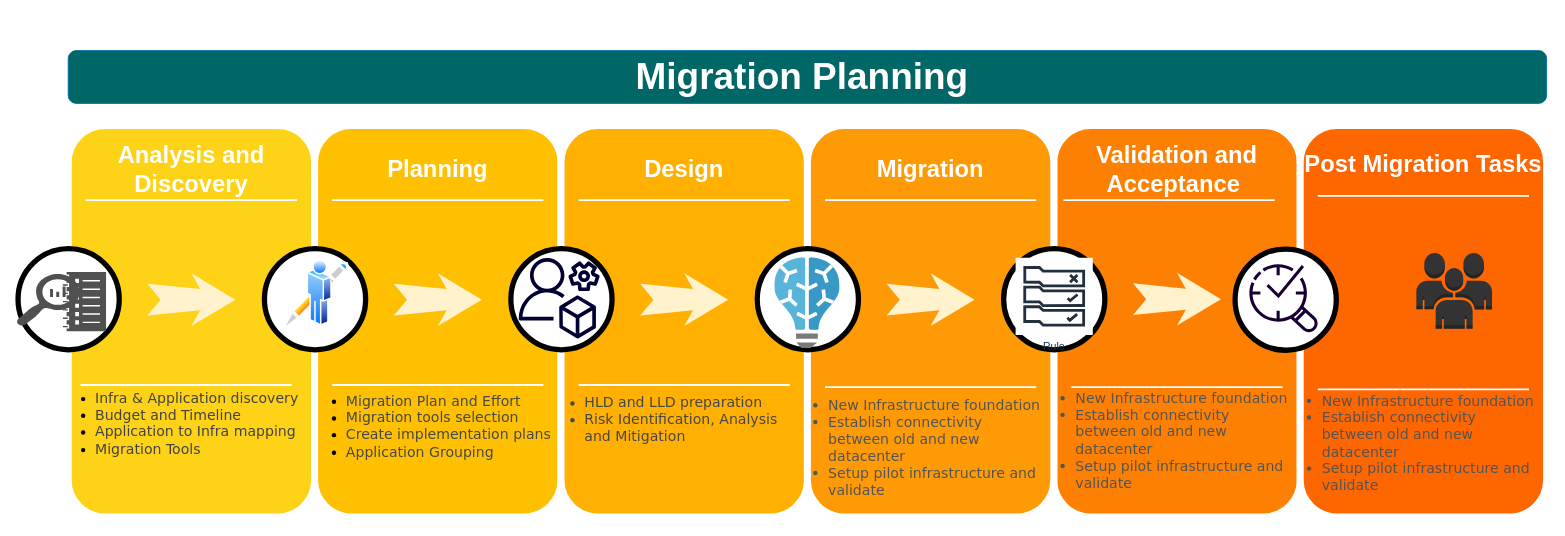
bktechtalk/challenge keeps this draw.io diagram as page "Page-1" (1 of 4) of Untitled Diagram.drawio. Above is the earlier version. Source tidied: cells renumbered, new cells numbered last; positions are measured from the earlier drawing's top-left corner, leaving out a move shared by most shapes. Both pictures are drawn from the tidied source at 88%, with x=0, y=0 at pixel (16, 50).
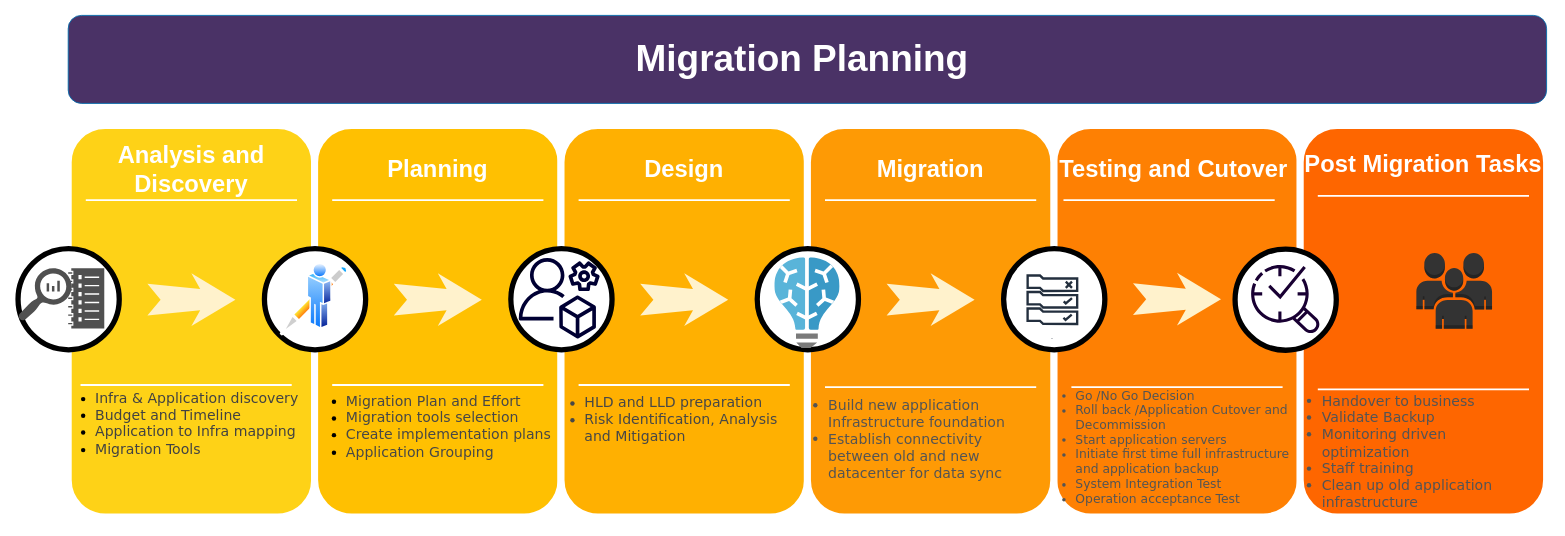
The same page after the edit.

Change to the diagram source:
```diff
@@
-    <mxCell id="30" value="&lt;h2&gt;&lt;font size=&quot;1&quot; color=&quot;#ffffff&quot;&gt;&lt;b style=&quot;font-size: 42px&quot;&gt;Migration Planning&amp;nbsp;&lt;/b&gt;&lt;/font&gt;&lt;/h2&gt;" style="rounded=1;whiteSpace=wrap;html=1;strokeColor=#006EAF;fillColor=#006666;fontColor=#ffffff;" parent="1" vertex="1">
-      <mxGeometry x="59" width="1680" height="60" as="geometry" />
+    <mxCell id="30" value="&lt;h2&gt;&lt;font size=&quot;1&quot; color=&quot;#ffffff&quot;&gt;&lt;b style=&quot;font-size: 42px&quot;&gt;Migration Planning&amp;nbsp;&lt;/b&gt;&lt;/font&gt;&lt;/h2&gt;" style="rounded=1;whiteSpace=wrap;html=1;strokeColor=#006EAF;fontColor=#ffffff;fillColor=#4A3266;" parent="1" vertex="1">
+      <mxGeometry x="59" y="-40" width="1680" height="100" as="geometry" />
     </mxCell>
@@
-    <mxCell id="38" value="Validation and Acceptance&amp;nbsp;" style="text;html=1;strokeColor=none;fillColor=none;align=center;verticalAlign=middle;whiteSpace=wrap;rounded=0;shadow=0;fontSize=27;fontColor=#FFFFFF;fontStyle=1;" parent="1" vertex="1">
+    <mxCell id="38" value="Testing and Cutover&amp;nbsp;" style="text;html=1;strokeColor=none;fillColor=none;align=center;verticalAlign=middle;whiteSpace=wrap;rounded=0;shadow=0;fontSize=27;fontColor=#FFFFFF;fontStyle=1;" parent="1" vertex="1">
       <mxGeometry x="1179" y="105" width="280" height="60" as="geometry" />
     </mxCell>
     <mxCell id="39" style="perimeter=ellipsePerimeter;html=1;align=center;shadow=0;dashed=0;spacingTop=3;image;image=img/lib/active_directory/writer.svg;fontColor=#333333;fillColor=#006666;" parent="1" vertex="1">
-      <mxGeometry x="299.5" y="237.6" width="80" height="83.3" as="geometry" />
+      <mxGeometry x="299.5" y="241.3" width="80" height="83.3" as="geometry" />
     </mxCell>
-    <mxCell id="40" value="Rule" style="sketch=0;fontColor=#232F3E;gradientColor=none;strokeColor=#232F3E;fillColor=#ffffff;dashed=0;verticalLabelPosition=bottom;verticalAlign=top;align=center;html=1;fontSize=12;fontStyle=0;shape=mxgraph.aws4.resourceIcon;resIcon=mxgraph.aws4.rule_2;" parent="1" vertex="1">
-      <mxGeometry x="1135.6" y="235.4" width="87.7" height="87.7" as="geometry" />
+    <mxCell id="40" value="Rule" style="sketch=0;fontColor=#232F3E;gradientColor=none;strokeColor=#232F3E;fillColor=#ffffff;dashed=0;verticalLabelPosition=bottom;verticalAlign=top;align=center;html=1;fontSize=1;fontStyle=0;shape=mxgraph.aws4.resourceIcon;resIcon=mxgraph.aws4.rule_2;" parent="1" vertex="1">
+      <mxGeometry x="1140.5" y="246.2" width="73.8" height="73.8" as="geometry" />
     </mxCell>
     <mxCell id="41" style="sketch=0;fontColor=#232F3E;gradientColor=none;strokeColor=none;dashed=0;verticalLabelPosition=bottom;verticalAlign=top;align=center;html=1;fontSize=12;fontStyle=0;shape=mxgraph.aws4.systems_manager_opscenter;fillColor=#190033;" parent="1" vertex="1">
-      <mxGeometry x="1401" y="241" width="79" height="79" as="geometry" />
+      <mxGeometry x="1403" y="242" width="79" height="79" as="geometry" />
     </mxCell>
@@
     <mxCell id="43" style="sketch=0;shadow=0;dashed=0;html=1;strokeColor=none;labelPosition=center;verticalLabelPosition=bottom;verticalAlign=top;align=center;fillColor=#505050;shape=mxgraph.mscae.oms.log_search;fontColor=#333333;" parent="1" vertex="1">
-      <mxGeometry y="254" width="72" height="59" as="geometry" />
+      <mxGeometry x="2" y="247.2" width="61" height="60" as="geometry" />
     </mxCell>
     <mxCell id="44" style="sketch=0;shadow=0;dashed=0;html=1;strokeColor=none;labelPosition=center;verticalLabelPosition=bottom;verticalAlign=top;align=center;fillColor=#505050;shape=mxgraph.mscae.oms.log_management;fontColor=#333333;" parent="1" vertex="1">
-      <mxGeometry x="53" y="251.5" width="49" height="67.5" as="geometry" />
+      <mxGeometry x="59" y="247.2" width="41" height="68.5" as="geometry" />
     </mxCell>
@@
-    <mxCell id="50" value="&lt;font color=&quot;#545454&quot; style=&quot;font-size: 14px ; text-align: center&quot; face=&quot;Verdana&quot;&gt;&lt;div style=&quot;text-align: left ; font-size: 16px&quot;&gt;&lt;ul&gt;&lt;li&gt;&lt;div style=&quot;color: rgb(255 , 255 , 255) ; display: inline&quot;&gt;&lt;span style=&quot;color: rgb(84 , 84 , 84)&quot;&gt;New Infrastructure foundation&lt;/span&gt;&lt;/div&gt;&lt;/li&gt;&lt;li&gt;Establish connectivity between old and new datacenter&amp;nbsp;&lt;/li&gt;&lt;li&gt;Setup pilot infrastructure and validate&amp;nbsp;&lt;/li&gt;&lt;/ul&gt;&lt;/div&gt;&lt;/font&gt;" style="text;html=1;strokeColor=none;fillColor=none;spacing=5;spacingTop=-20;whiteSpace=wrap;overflow=hidden;rounded=0;fontColor=#474747;" parent="1" vertex="1">
+    <mxCell id="50" value="&lt;font color=&quot;#545454&quot; style=&quot;font-size: 14px ; text-align: center&quot; face=&quot;Verdana&quot;&gt;&lt;div style=&quot;text-align: left ; font-size: 16px&quot;&gt;&lt;ul&gt;&lt;li&gt;&lt;div style=&quot;color: rgb(255 , 255 , 255) ; display: inline&quot;&gt;&lt;span style=&quot;color: rgb(84 , 84 , 84)&quot;&gt;Build new application Infrastructure foundation&lt;/span&gt;&lt;/div&gt;&lt;/li&gt;&lt;li&gt;Establish connectivity between old and new datacenter for data sync&lt;/li&gt;&lt;/ul&gt;&lt;/div&gt;&lt;/font&gt;" style="text;html=1;strokeColor=none;fillColor=none;spacing=5;spacingTop=-20;whiteSpace=wrap;overflow=hidden;rounded=0;fontColor=#474747;" parent="1" vertex="1">
       <mxGeometry x="877.5" y="387.5" width="293.5" height="142.5" as="geometry" />
     </mxCell>
-    <mxCell id="51" value="&lt;font color=&quot;#545454&quot; style=&quot;font-size: 14px ; text-align: center&quot; face=&quot;Verdana&quot;&gt;&lt;div style=&quot;text-align: left ; font-size: 16px&quot;&gt;&lt;ul&gt;&lt;li&gt;&lt;div style=&quot;color: rgb(255 , 255 , 255) ; display: inline&quot;&gt;&lt;span style=&quot;color: rgb(84 , 84 , 84)&quot;&gt;New Infrastructure foundation&lt;/span&gt;&lt;/div&gt;&lt;/li&gt;&lt;li&gt;Establish connectivity between old and new datacenter&amp;nbsp;&lt;/li&gt;&lt;li&gt;Setup pilot infrastructure and validate&amp;nbsp;&lt;/li&gt;&lt;/ul&gt;&lt;/div&gt;&lt;/font&gt;" style="text;html=1;strokeColor=none;fillColor=none;spacing=5;spacingTop=-20;whiteSpace=wrap;overflow=hidden;rounded=0;fontColor=#474747;" parent="1" vertex="1">
-      <mxGeometry x="1159" y="380" width="293.5" height="142.5" as="geometry" />
+    <mxCell id="51" value="&lt;font color=&quot;#545454&quot; style=&quot;font-size: 14px ; text-align: center&quot; face=&quot;Verdana&quot;&gt;&lt;div style=&quot;text-align: left&quot;&gt;&lt;ul&gt;&lt;li&gt;&lt;span&gt;Go /No Go Decision&lt;/span&gt;&lt;br&gt;&lt;/li&gt;&lt;li&gt;Roll back /Application Cutover and Decommission&amp;nbsp;&lt;/li&gt;&lt;li&gt;Start application servers&lt;/li&gt;&lt;li&gt;Initiate first time full infrastructure and application backup&amp;nbsp;&lt;/li&gt;&lt;li&gt;System Integration Test&lt;/li&gt;&lt;li&gt;Operation acceptance Test&lt;/li&gt;&lt;/ul&gt;&lt;/div&gt;&lt;/font&gt;" style="text;html=1;strokeColor=none;fillColor=none;spacing=5;spacingTop=-20;whiteSpace=wrap;overflow=hidden;rounded=0;fontColor=#474747;" parent="1" vertex="1">
+      <mxGeometry x="1159" y="380" width="312" height="142.5" as="geometry" />
     </mxCell>
-    <mxCell id="52" value="&lt;font color=&quot;#545454&quot; style=&quot;font-size: 14px ; text-align: center&quot; face=&quot;Verdana&quot;&gt;&lt;div style=&quot;text-align: left ; font-size: 16px&quot;&gt;&lt;ul&gt;&lt;li&gt;&lt;div style=&quot;color: rgb(255 , 255 , 255) ; display: inline&quot;&gt;&lt;span style=&quot;color: rgb(84 , 84 , 84)&quot;&gt;New Infrastructure foundation&lt;/span&gt;&lt;/div&gt;&lt;/li&gt;&lt;li&gt;Establish connectivity between old and new datacenter&amp;nbsp;&lt;/li&gt;&lt;li&gt;Setup pilot infrastructure and validate&amp;nbsp;&lt;/li&gt;&lt;/ul&gt;&lt;/div&gt;&lt;/font&gt;" style="text;html=1;strokeColor=none;fillColor=none;spacing=5;spacingTop=-20;whiteSpace=wrap;overflow=hidden;rounded=0;fontColor=#474747;" parent="1" vertex="1">
+    <mxCell id="52" value="&lt;font color=&quot;#545454&quot; style=&quot;font-size: 14px ; text-align: center&quot; face=&quot;Verdana&quot;&gt;&lt;div style=&quot;text-align: left ; font-size: 16px&quot;&gt;&lt;ul&gt;&lt;li&gt;Handover to business&amp;nbsp;&lt;/li&gt;&lt;li&gt;Validate Backup&amp;nbsp;&lt;/li&gt;&lt;li&gt;Monitoring driven optimization&amp;nbsp;&lt;/li&gt;&lt;li&gt;Staff training&amp;nbsp;&lt;/li&gt;&lt;li&gt;Clean up old application infrastructure&amp;nbsp;&lt;/li&gt;&lt;/ul&gt;&lt;/div&gt;&lt;/font&gt;" style="text;html=1;strokeColor=none;fillColor=none;spacing=5;spacingTop=-20;whiteSpace=wrap;overflow=hidden;rounded=0;fontColor=#474747;" parent="1" vertex="1">
       <mxGeometry x="1439" y="382.5" width="293.5" height="142.5" as="geometry" />
     </mxCell>
```
